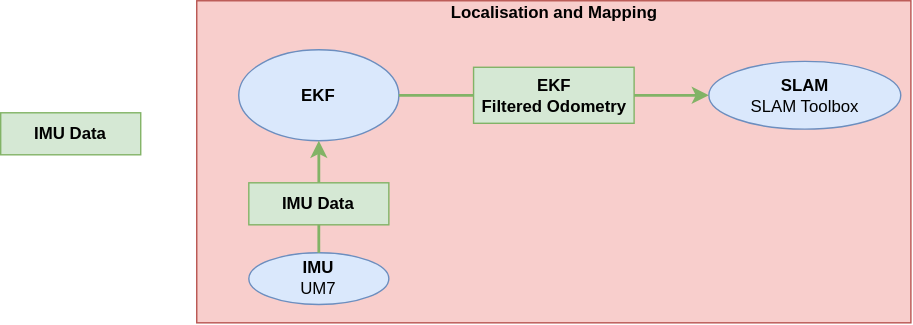
orjano-max/ORJANOS_MASTER_REPO keeps this draw.io diagram as Figures/figLocMapping.drawio.svg. Above is the earlier version. Source tidied: cells renumbered, new cells last; positions are measured from the earlier drawing's top-left corner, leaving out a move shared by most shapes.
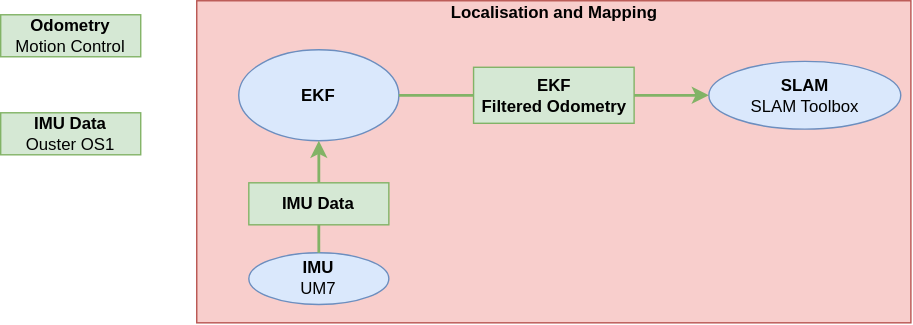
After the commit.

What changed in the source:
```diff
@@ -2,7 +2,7 @@
   <root>
     <mxCell id="0" />
     <mxCell id="1" parent="0" />
-    <mxCell id="2" value="&lt;b&gt;IMU Data&lt;br&gt;&lt;/b&gt;" style="rounded=0;whiteSpace=wrap;html=1;fillColor=#d5e8d4;strokeColor=#82b366;" parent="1" vertex="1">
+    <mxCell id="2" value="&lt;b&gt;IMU Data&lt;br&gt;&lt;/b&gt;Ouster OS1&lt;b&gt;&lt;br&gt;&lt;/b&gt;" style="rounded=0;whiteSpace=wrap;html=1;fillColor=#d5e8d4;strokeColor=#82b366;" parent="1" vertex="1">
       <mxGeometry y="80" width="100" height="30" as="geometry" />
     </mxCell>
     <mxCell id="3" style="group;" parent="1" vertex="1">
@@ -54,5 +54,8 @@
     <mxCell id="15" style="edgeStyle=orthogonalEdgeStyle;jettySize=auto;html=1;fillColor=#d5e8d4;strokeColor=#82b366;strokeWidth=2;rounded=1;exitX=1;exitY=0.5;exitDx=0;exitDy=0;entryX=0;entryY=0.5;entryDx=0;entryDy=0;" parent="4" edge="1" source="8" target="10">
       <mxGeometry relative="1" as="geometry" />
     </mxCell>
+    <mxCell id="16" value="&lt;b&gt;Odometry&lt;br&gt;&lt;/b&gt;Motion Control&lt;b&gt;&lt;br&gt;&lt;/b&gt;" style="rounded=0;whiteSpace=wrap;html=1;fillColor=#d5e8d4;strokeColor=#82b366;" parent="1" vertex="1">
+      <mxGeometry y="10" width="100" height="30" as="geometry" />
+    </mxCell>
   </root>
 </mxGraphModel>
```
